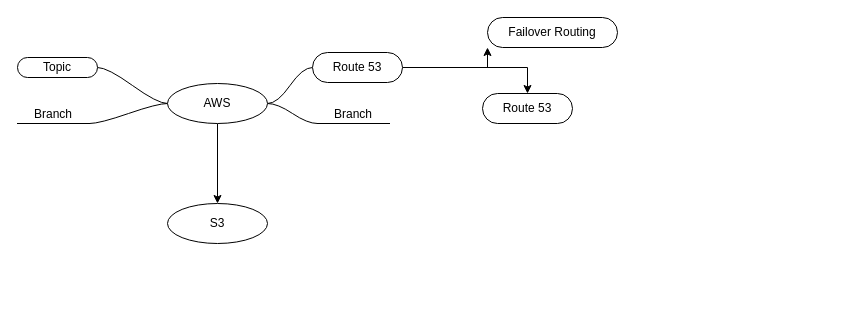
Above: maps/Untitled Diagram.drawio in umarlateef/pubmaps (draw.io), before the change. Source tidied: cells renumbered, new cells numbered last; positions are measured from the earlier drawing's top-left corner, leaving out a move shared by most shapes. Both pictures are drawn from the tidied source at 100%, with x=0, y=0 at pixel (17, 17).
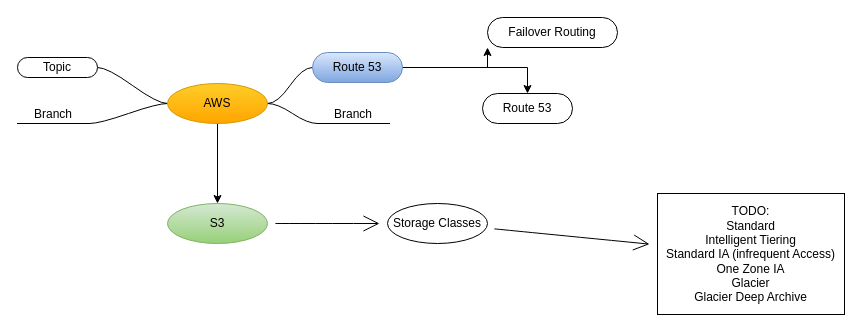
After the change.

The edit, as a diff of the source:
```diff
@@
-    <mxCell id="7" value="AWS" style="ellipse;whiteSpace=wrap;html=1;align=center;newEdgeStyle={&quot;edgeStyle&quot;:&quot;entityRelationEdgeStyle&quot;,&quot;startArrow&quot;:&quot;none&quot;,&quot;endArrow&quot;:&quot;none&quot;,&quot;segment&quot;:10,&quot;curved&quot;:1};" parent="1" vertex="1">
+    <mxCell id="7" value="AWS" style="ellipse;whiteSpace=wrap;html=1;align=center;newEdgeStyle={&quot;edgeStyle&quot;:&quot;entityRelationEdgeStyle&quot;,&quot;startArrow&quot;:&quot;none&quot;,&quot;endArrow&quot;:&quot;none&quot;,&quot;segment&quot;:10,&quot;curved&quot;:1};fillColor=#ffcd28;gradientColor=#ffa500;strokeColor=#d79b00;" parent="1" vertex="1">
       <mxGeometry x="150" y="66" width="100" height="40" as="geometry" />
     </mxCell>
@@
-    <mxCell id="10" value="Route 53" style="whiteSpace=wrap;html=1;rounded=1;arcSize=50;align=center;verticalAlign=middle;strokeWidth=1;spacing=4;newEdgeStyle={&quot;edgeStyle&quot;:&quot;entityRelationEdgeStyle&quot;,&quot;startArrow&quot;:&quot;none&quot;,&quot;endArrow&quot;:&quot;none&quot;,&quot;segment&quot;:10,&quot;curved&quot;:1};" parent="1" vertex="1">
+    <mxCell id="10" value="Route 53" style="whiteSpace=wrap;html=1;rounded=1;arcSize=50;align=center;verticalAlign=middle;strokeWidth=1;spacing=4;newEdgeStyle={&quot;edgeStyle&quot;:&quot;entityRelationEdgeStyle&quot;,&quot;startArrow&quot;:&quot;none&quot;,&quot;endArrow&quot;:&quot;none&quot;,&quot;segment&quot;:10,&quot;curved&quot;:1};fillColor=#dae8fc;gradientColor=#7ea6e0;strokeColor=#6c8ebf;" parent="1" vertex="1">
       <mxGeometry x="295" y="35" width="90" height="30" as="geometry" />
     </mxCell>
@@
+    <mxCell id="17" style="edgeStyle=none;curved=1;rounded=0;jettySize=auto;html=1;endArrow=open;startSize=14;endSize=14;sourcePerimeterSpacing=8;targetPerimeterSpacing=8;" parent="1" edge="1" source="16" target="19">
+      <mxGeometry relative="1" as="geometry" />
+    </mxCell>
-    <mxCell id="16" value="S3" style="ellipse;whiteSpace=wrap;html=1;align=center;newEdgeStyle={&quot;edgeStyle&quot;:&quot;entityRelationEdgeStyle&quot;,&quot;startArrow&quot;:&quot;none&quot;,&quot;endArrow&quot;:&quot;none&quot;,&quot;segment&quot;:10,&quot;curved&quot;:1};" parent="1" vertex="1">
+    <mxCell id="16" value="S3" style="ellipse;whiteSpace=wrap;html=1;align=center;newEdgeStyle={&quot;edgeStyle&quot;:&quot;entityRelationEdgeStyle&quot;,&quot;startArrow&quot;:&quot;none&quot;,&quot;endArrow&quot;:&quot;none&quot;,&quot;segment&quot;:10,&quot;curved&quot;:1};fillColor=#d5e8d4;gradientColor=#97d077;strokeColor=#82b366;" parent="1" vertex="1">
       <mxGeometry x="150" y="186" width="100" height="40" as="geometry" />
     </mxCell>
+    <mxCell id="18" style="edgeStyle=none;curved=1;rounded=0;jettySize=auto;html=1;endArrow=open;startSize=14;endSize=14;sourcePerimeterSpacing=8;targetPerimeterSpacing=8;" parent="1" edge="1" source="19" target="20">
+      <mxGeometry relative="1" as="geometry" />
+    </mxCell>
+    <mxCell id="19" value="Storage Classes" style="ellipse;whiteSpace=wrap;html=1;align=center;newEdgeStyle={&quot;edgeStyle&quot;:&quot;entityRelationEdgeStyle&quot;,&quot;startArrow&quot;:&quot;none&quot;,&quot;endArrow&quot;:&quot;none&quot;,&quot;segment&quot;:10,&quot;curved&quot;:1};hachureGap=4;" parent="1" vertex="1">
+      <mxGeometry x="370" y="186" width="100" height="40" as="geometry" />
+    </mxCell>
+    <mxCell id="20" value="TODO:&lt;br&gt;Standard&lt;br&gt;Intelligent Tiering&lt;br&gt;Standard IA (infrequent Access)&lt;br&gt;One Zone IA&lt;br&gt;Glacier&lt;br&gt;Glacier Deep Archive" style="whiteSpace=wrap;html=1;hachureGap=4;" parent="1" vertex="1">
+      <mxGeometry x="640" y="176" width="187" height="121" as="geometry" />
+    </mxCell>
```
